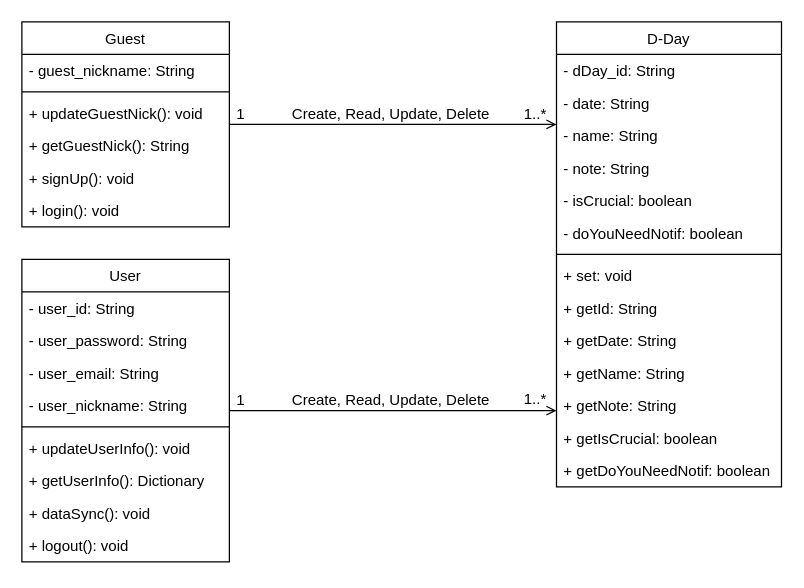
Earlier version of the draw.io diagram class diagram.drawio (baechuTree/softwareEngineering). Source tidied: cells renumbered, new cells numbered last; positions are measured from the earlier drawing's top-left corner, leaving out a move shared by most shapes. Both pictures are drawn from the tidied source at 125%, with x=0, y=0 at pixel (21, 21).
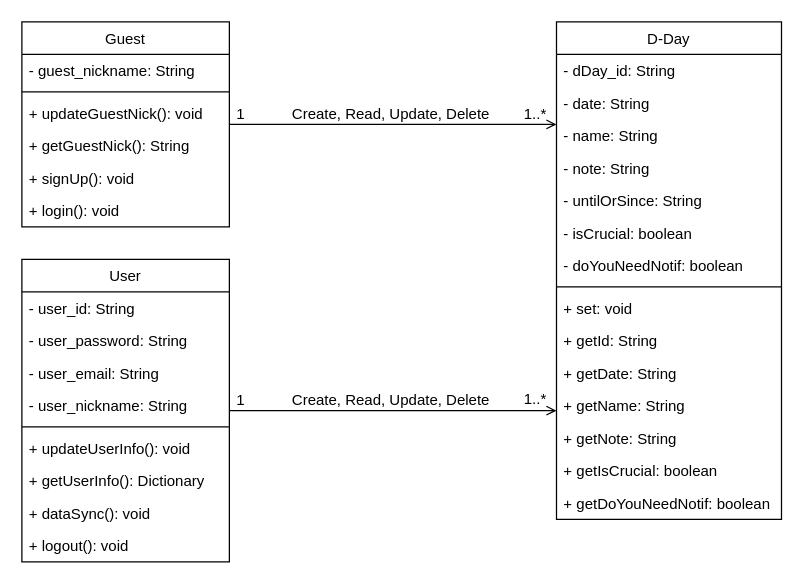
After the change.

The edit, as a diff of the source:
```diff
@@
     <mxCell id="19" value="D-Day" style="swimlane;fontStyle=0;align=center;verticalAlign=top;horizontal=1;startSize=26;rounded=0;shadow=0;strokeWidth=1;" parent="1" vertex="1">
-      <mxGeometry x="427.7" width="180" height="372" as="geometry" />
+      <mxGeometry x="427.7" width="180" height="398" as="geometry" />
     </mxCell>
@@
+    <mxCell id="44" value="- untilOrSince: String" style="text;align=left;verticalAlign=top;spacingLeft=4;spacingRight=4;overflow=hidden;rounded=0;shadow=0;html=0;" parent="19" vertex="1">
+      <mxGeometry y="130" width="180" height="26" as="geometry" />
+    </mxCell>
     <mxCell id="24" value="- isCrucial: boolean" style="text;align=left;verticalAlign=top;spacingLeft=4;spacingRight=4;overflow=hidden;rounded=0;shadow=0;html=0;" parent="19" vertex="1">
-      <mxGeometry y="130" width="180" height="26" as="geometry" />
+      <mxGeometry y="156" width="180" height="26" as="geometry" />
     </mxCell>
     <mxCell id="25" value="- doYouNeedNotif: boolean" style="text;align=left;verticalAlign=top;spacingLeft=4;spacingRight=4;overflow=hidden;rounded=0;shadow=0;html=0;" parent="19" vertex="1">
-      <mxGeometry y="156" width="180" height="26" as="geometry" />
+      <mxGeometry y="182" width="180" height="26" as="geometry" />
     </mxCell>
     <mxCell id="26" style="line;html=1;strokeWidth=1;align=left;verticalAlign=middle;spacingTop=-1;spacingLeft=3;spacingRight=3;labelPosition=right;" parent="19" vertex="1">
-      <mxGeometry y="182" width="180" height="8" as="geometry" />
+      <mxGeometry y="208" width="180" height="8" as="geometry" />
     </mxCell>
     <mxCell id="27" value="+ set: void" style="text;align=left;verticalAlign=top;spacingLeft=4;spacingRight=4;overflow=hidden;points=[[0,0.5],[1,0.5]];portConstraint=eastwest;" parent="19" vertex="1">
-      <mxGeometry y="190" width="180" height="26" as="geometry" />
+      <mxGeometry y="216" width="180" height="26" as="geometry" />
     </mxCell>
@@
     <mxCell id="29" value="+ getId: String" style="text;align=left;verticalAlign=top;spacingLeft=4;spacingRight=4;overflow=hidden;" parent="19" vertex="1">
-      <mxGeometry y="216" width="180" height="26" as="geometry" />
+      <mxGeometry y="242" width="180" height="26" as="geometry" />
     </mxCell>
     <mxCell id="30" value="+ getDate: String" style="text;align=left;verticalAlign=top;spacingLeft=4;spacingRight=4;overflow=hidden;" parent="19" vertex="1">
-      <mxGeometry y="242" width="180" height="26" as="geometry" />
+      <mxGeometry y="268" width="180" height="26" as="geometry" />
     </mxCell>
     <mxCell id="31" value="+ getName: String" style="text;align=left;verticalAlign=top;spacingLeft=4;spacingRight=4;overflow=hidden;" parent="19" vertex="1">
-      <mxGeometry y="268" width="180" height="26" as="geometry" />
+      <mxGeometry y="294" width="180" height="26" as="geometry" />
     </mxCell>
     <mxCell id="32" value="+ getNote: String" style="text;align=left;verticalAlign=top;spacingLeft=4;spacingRight=4;overflow=hidden;" parent="19" vertex="1">
-      <mxGeometry y="294" width="180" height="26" as="geometry" />
+      <mxGeometry y="320" width="180" height="26" as="geometry" />
     </mxCell>
     <mxCell id="33" value="+ getIsCrucial: boolean" style="text;align=left;verticalAlign=top;spacingLeft=4;spacingRight=4;overflow=hidden;" parent="19" vertex="1">
-      <mxGeometry y="320" width="180" height="26" as="geometry" />
+      <mxGeometry y="346" width="180" height="26" as="geometry" />
     </mxCell>
     <mxCell id="34" value="+ getDoYouNeedNotif: boolean" style="text;align=left;verticalAlign=top;spacingLeft=4;spacingRight=4;overflow=hidden;" parent="19" vertex="1">
-      <mxGeometry y="346" width="180" height="26" as="geometry" />
+      <mxGeometry y="372" width="180" height="26" as="geometry" />
     </mxCell>
```
